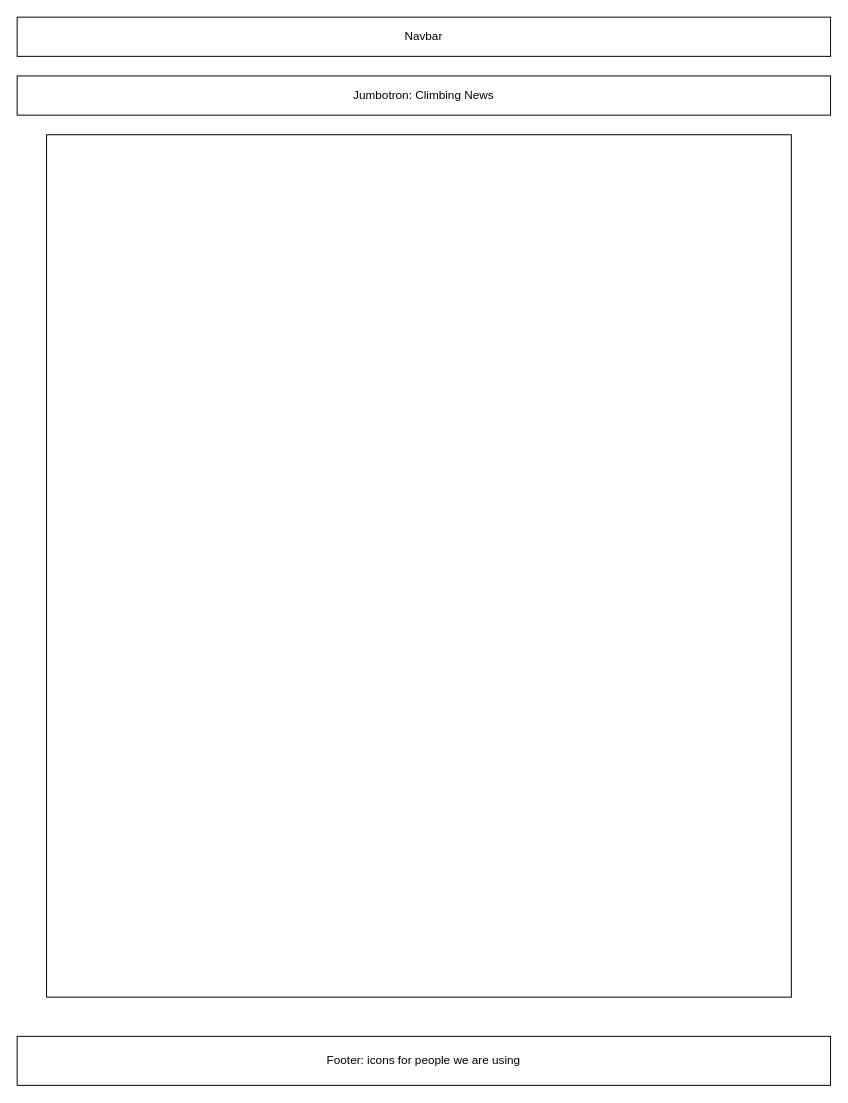
Before: page "ClimbingNews" (3 of 9) of Untitled Diagram.drawio in the-master-chefs/rockclimbingapp, a draw.io diagram. Source tidied: cells renumbered, new cells numbered last; positions are measured from the earlier drawing's top-left corner, leaving out a move shared by most shapes. Both pictures are drawn from the tidied source at 98%, with x=0, y=0 at pixel (17, 17).
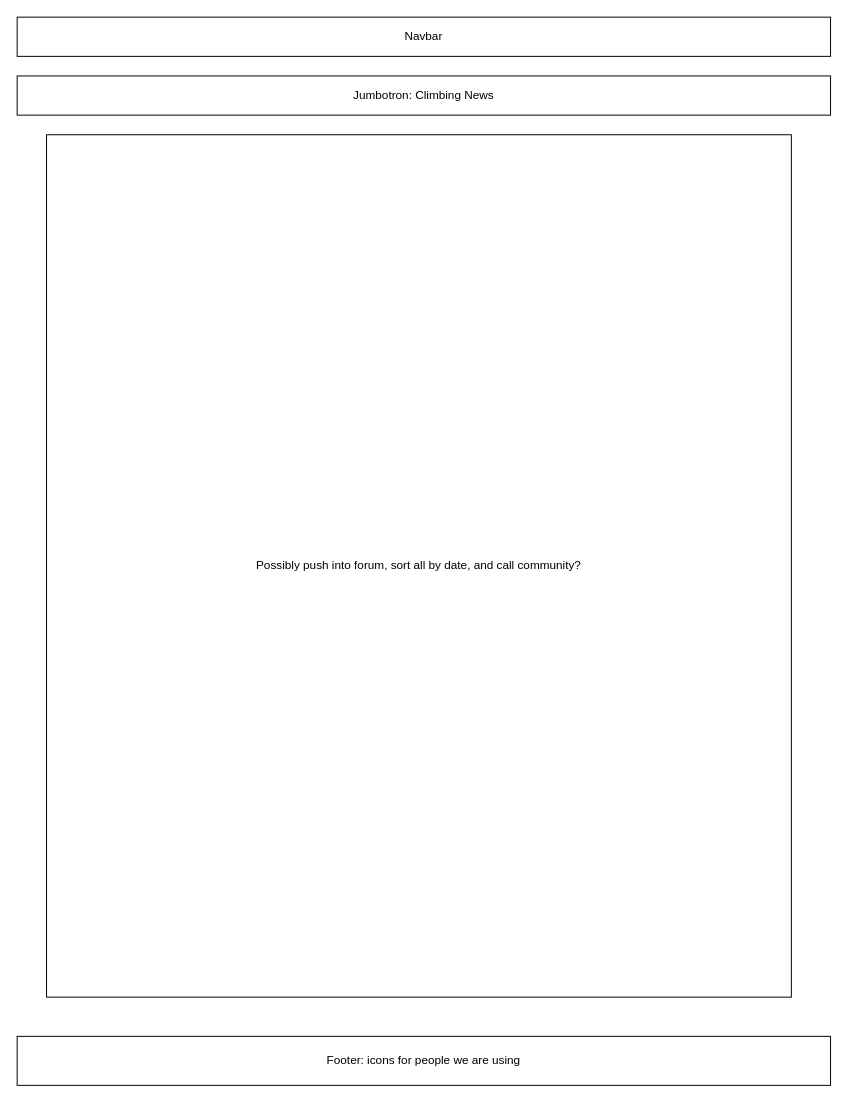
The same diagram, later.

Change to the diagram source:
```diff
@@
 <mxGraphModel>
   <root>
     <mxCell id="0" />
     <mxCell id="1" parent="0" />
     <mxCell id="2" value="&lt;span style=&quot;white-space: normal&quot;&gt;Navbar&lt;/span&gt;" style="rounded=0;whiteSpace=wrap;html=1;" parent="1" vertex="1">
       <mxGeometry width="830" height="40" as="geometry" />
     </mxCell>
     <mxCell id="3" value="&lt;span style=&quot;white-space: normal&quot;&gt;Jumbotron: Climbing News&lt;/span&gt;" style="rounded=0;whiteSpace=wrap;html=1;" parent="1" vertex="1">
       <mxGeometry y="60" width="830" height="40" as="geometry" />
     </mxCell>
     <mxCell id="4" value="Footer: icons for people we are using" style="rounded=0;whiteSpace=wrap;html=1;" parent="1" vertex="1">
       <mxGeometry y="1040" width="830" height="50" as="geometry" />
     </mxCell>
-    <mxCell id="5" style="rounded=0;whiteSpace=wrap;html=1;" parent="1" vertex="1">
+    <mxCell id="5" value="Possibly push into forum, sort all by date, and call community?" style="rounded=0;whiteSpace=wrap;html=1;" parent="1" vertex="1">
       <mxGeometry x="30" y="120" width="760" height="880" as="geometry" />
     </mxCell>
   </root>
 </mxGraphModel>
```
